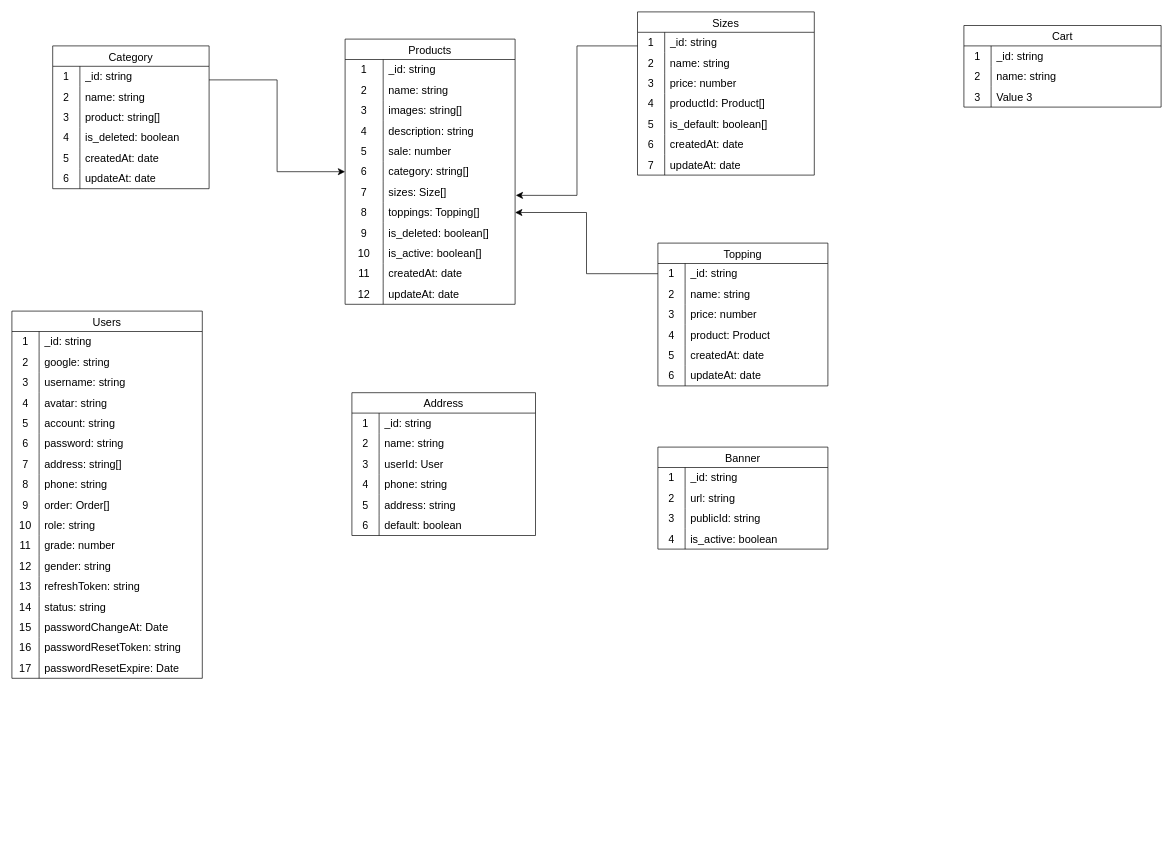
Above: da.drawio in dangtienhung/datn-admin-quan-ly-cua-hang (draw.io), before the change. Source tidied: cells renumbered, new cells numbered last; positions are measured from the earlier drawing's top-left corner, leaving out a move shared by most shapes. Both pictures are drawn from the tidied source at 68%, with x=0, y=0 at pixel (12, 12).
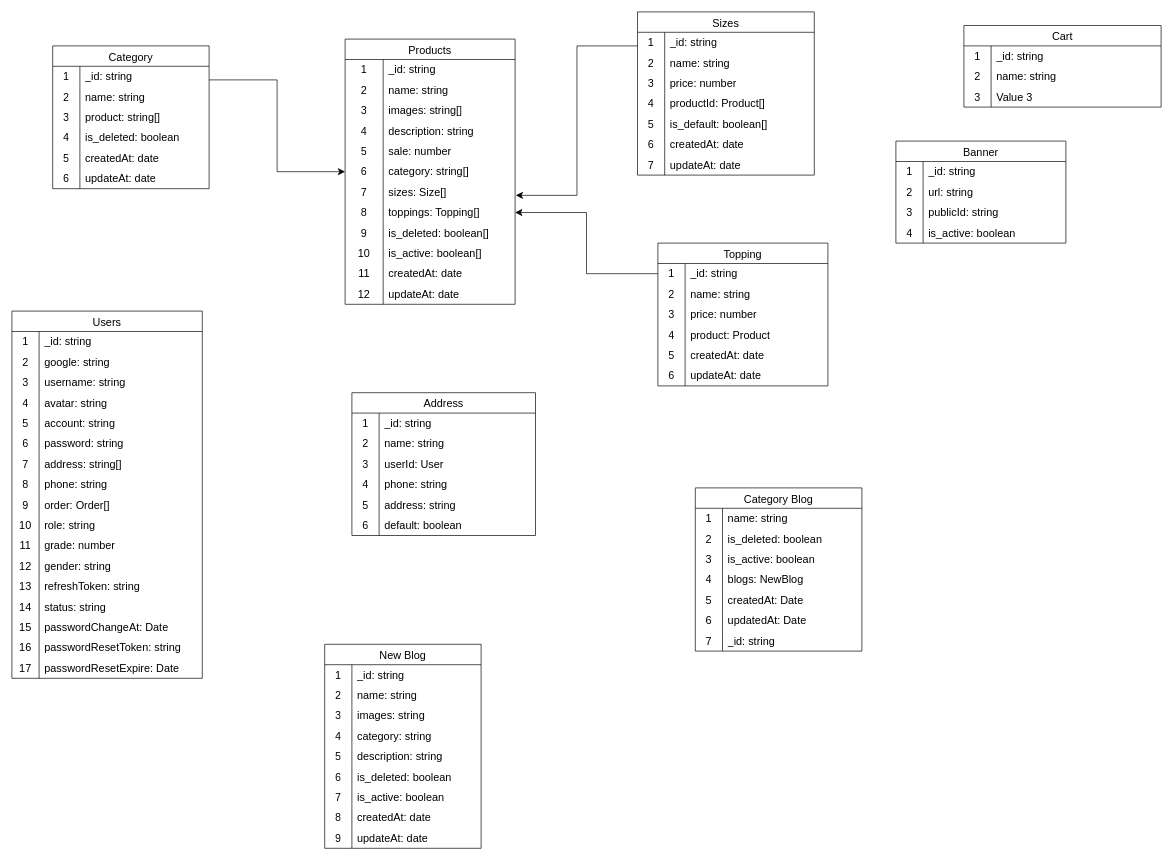
After the change.

Commit message (it also covers changes not shown here):
Cập nhật da.drawio

What changed in the source:
```diff
@@
     <mxCell id="173" value="Banner" style="shape=table;startSize=30;childLayout=tableLayout;rowLines=0;fontStyle=0;strokeColor=default;fontSize=16;" parent="1" vertex="1">
-      <mxGeometry x="950" y="640" width="250" height="150" as="geometry" />
+      <mxGeometry x="1300" y="190" width="250" height="150" as="geometry" />
     </mxCell>
@@
+    <mxCell id="196" value="Category Blog" style="shape=table;startSize=30;childLayout=tableLayout;rowLines=0;fontStyle=0;strokeColor=default;fontSize=16;" parent="1" vertex="1">
+      <mxGeometry x="1005" y="700" width="245" height="240" as="geometry" />
+    </mxCell>
+    <mxCell id="197" style="shape=tableRow;horizontal=0;startSize=0;swimlaneHead=0;swimlaneBody=0;top=0;left=0;bottom=0;right=0;fillColor=none;strokeColor=inherit;fontSize=16;" parent="196" vertex="1">
+      <mxGeometry y="30" width="245" height="30" as="geometry" />
+    </mxCell>
+    <mxCell id="198" value="1" style="shape=partialRectangle;html=1;whiteSpace=wrap;fillColor=none;top=0;left=0;bottom=0;right=0;overflow=hidden;strokeColor=inherit;fontSize=16;" parent="197" vertex="1">
+      <mxGeometry width="40" height="30" as="geometry" />
+    </mxCell>
+    <mxCell id="199" value="name: string" style="shape=partialRectangle;html=1;whiteSpace=wrap;fillColor=none;top=0;left=0;bottom=0;right=0;align=left;spacingLeft=6;overflow=hidden;strokeColor=inherit;fontSize=16;" parent="197" vertex="1">
+      <mxGeometry x="40" width="205" height="30" as="geometry" />
+    </mxCell>
+    <mxCell id="200" style="shape=tableRow;horizontal=0;startSize=0;swimlaneHead=0;swimlaneBody=0;top=0;left=0;bottom=0;right=0;fillColor=none;strokeColor=inherit;fontSize=16;" parent="196" vertex="1">
+      <mxGeometry y="60" width="245" height="30" as="geometry" />
+    </mxCell>
+    <mxCell id="201" value="2" style="shape=partialRectangle;html=1;whiteSpace=wrap;fillColor=none;top=0;left=0;bottom=0;right=0;overflow=hidden;strokeColor=inherit;fontSize=16;" parent="200" vertex="1">
+      <mxGeometry width="40" height="30" as="geometry" />
+    </mxCell>
+    <mxCell id="202" value="is_deleted: boolean" style="shape=partialRectangle;html=1;whiteSpace=wrap;fillColor=none;top=0;left=0;bottom=0;right=0;align=left;spacingLeft=6;overflow=hidden;strokeColor=inherit;fontSize=16;" parent="200" vertex="1">
+      <mxGeometry x="40" width="205" height="30" as="geometry" />
+    </mxCell>
+    <mxCell id="203" style="shape=tableRow;horizontal=0;startSize=0;swimlaneHead=0;swimlaneBody=0;top=0;left=0;bottom=0;right=0;fillColor=none;strokeColor=inherit;fontSize=16;" parent="196" vertex="1">
+      <mxGeometry y="90" width="245" height="30" as="geometry" />
+    </mxCell>
+    <mxCell id="204" value="3" style="shape=partialRectangle;html=1;whiteSpace=wrap;fillColor=none;top=0;left=0;bottom=0;right=0;overflow=hidden;strokeColor=inherit;fontSize=16;" parent="203" vertex="1">
+      <mxGeometry width="40" height="30" as="geometry" />
+    </mxCell>
+    <mxCell id="205" value="is_active: boolean" style="shape=partialRectangle;html=1;whiteSpace=wrap;fillColor=none;top=0;left=0;bottom=0;right=0;align=left;spacingLeft=6;overflow=hidden;strokeColor=inherit;fontSize=16;" parent="203" vertex="1">
+      <mxGeometry x="40" width="205" height="30" as="geometry" />
+    </mxCell>
+    <mxCell id="206" style="shape=tableRow;horizontal=0;startSize=0;swimlaneHead=0;swimlaneBody=0;top=0;left=0;bottom=0;right=0;fillColor=none;strokeColor=inherit;fontSize=16;" parent="196" vertex="1">
+      <mxGeometry y="120" width="245" height="30" as="geometry" />
+    </mxCell>
+    <mxCell id="207" value="4" style="shape=partialRectangle;html=1;whiteSpace=wrap;fillColor=none;top=0;left=0;bottom=0;right=0;overflow=hidden;strokeColor=inherit;fontSize=16;" parent="206" vertex="1">
+      <mxGeometry width="40" height="30" as="geometry" />
+    </mxCell>
+    <mxCell id="208" value="blogs: NewBlog" style="shape=partialRectangle;html=1;whiteSpace=wrap;fillColor=none;top=0;left=0;bottom=0;right=0;align=left;spacingLeft=6;overflow=hidden;strokeColor=inherit;fontSize=16;" parent="206" vertex="1">
+      <mxGeometry x="40" width="205" height="30" as="geometry" />
+    </mxCell>
+    <mxCell id="209" style="shape=tableRow;horizontal=0;startSize=0;swimlaneHead=0;swimlaneBody=0;top=0;left=0;bottom=0;right=0;fillColor=none;strokeColor=inherit;fontSize=16;" parent="196" vertex="1">
+      <mxGeometry y="150" width="245" height="30" as="geometry" />
+    </mxCell>
+    <mxCell id="210" value="5" style="shape=partialRectangle;html=1;whiteSpace=wrap;fillColor=none;top=0;left=0;bottom=0;right=0;overflow=hidden;strokeColor=inherit;fontSize=16;" parent="209" vertex="1">
+      <mxGeometry width="40" height="30" as="geometry" />
+    </mxCell>
+    <mxCell id="211" value="createdAt: Date" style="shape=partialRectangle;html=1;whiteSpace=wrap;fillColor=none;top=0;left=0;bottom=0;right=0;align=left;spacingLeft=6;overflow=hidden;strokeColor=inherit;fontSize=16;" parent="209" vertex="1">
+      <mxGeometry x="40" width="205" height="30" as="geometry" />
+    </mxCell>
+    <mxCell id="212" style="shape=tableRow;horizontal=0;startSize=0;swimlaneHead=0;swimlaneBody=0;top=0;left=0;bottom=0;right=0;fillColor=none;strokeColor=inherit;fontSize=16;" parent="196" vertex="1">
+      <mxGeometry y="180" width="245" height="30" as="geometry" />
+    </mxCell>
+    <mxCell id="213" value="6" style="shape=partialRectangle;html=1;whiteSpace=wrap;fillColor=none;top=0;left=0;bottom=0;right=0;overflow=hidden;strokeColor=inherit;fontSize=16;" parent="212" vertex="1">
+      <mxGeometry width="40" height="30" as="geometry" />
+    </mxCell>
+    <mxCell id="214" value="updatedAt: Date" style="shape=partialRectangle;html=1;whiteSpace=wrap;fillColor=none;top=0;left=0;bottom=0;right=0;align=left;spacingLeft=6;overflow=hidden;strokeColor=inherit;fontSize=16;" parent="212" vertex="1">
+      <mxGeometry x="40" width="205" height="30" as="geometry" />
+    </mxCell>
+    <mxCell id="215" style="shape=tableRow;horizontal=0;startSize=0;swimlaneHead=0;swimlaneBody=0;top=0;left=0;bottom=0;right=0;fillColor=none;strokeColor=inherit;fontSize=16;" parent="196" vertex="1">
+      <mxGeometry y="210" width="245" height="30" as="geometry" />
+    </mxCell>
+    <mxCell id="216" value="7" style="shape=partialRectangle;html=1;whiteSpace=wrap;fillColor=none;top=0;left=0;bottom=0;right=0;overflow=hidden;strokeColor=inherit;fontSize=16;" parent="215" vertex="1">
+      <mxGeometry width="40" height="30" as="geometry" />
+    </mxCell>
+    <mxCell id="217" value="_id: string" style="shape=partialRectangle;html=1;whiteSpace=wrap;fillColor=none;top=0;left=0;bottom=0;right=0;align=left;spacingLeft=6;overflow=hidden;strokeColor=inherit;fontSize=16;" parent="215" vertex="1">
+      <mxGeometry x="40" width="205" height="30" as="geometry" />
+    </mxCell>
+    <mxCell id="218" value="New Blog" style="shape=table;startSize=30;childLayout=tableLayout;rowLines=0;fontStyle=0;strokeColor=default;fontSize=16;" parent="1" vertex="1">
+      <mxGeometry x="460" y="930" width="230" height="300" as="geometry" />
+    </mxCell>
+    <mxCell id="219" style="shape=tableRow;horizontal=0;startSize=0;swimlaneHead=0;swimlaneBody=0;top=0;left=0;bottom=0;right=0;fillColor=none;strokeColor=inherit;fontSize=16;" parent="218" vertex="1">
+      <mxGeometry y="30" width="230" height="30" as="geometry" />
+    </mxCell>
+    <mxCell id="220" value="1" style="shape=partialRectangle;html=1;whiteSpace=wrap;fillColor=none;top=0;left=0;bottom=0;right=0;overflow=hidden;strokeColor=inherit;fontSize=16;" parent="219" vertex="1">
+      <mxGeometry width="40" height="30" as="geometry" />
+    </mxCell>
+    <mxCell id="221" value="_id: string" style="shape=partialRectangle;html=1;whiteSpace=wrap;fillColor=none;top=0;left=0;bottom=0;right=0;align=left;spacingLeft=6;overflow=hidden;strokeColor=inherit;fontSize=16;" parent="219" vertex="1">
+      <mxGeometry x="40" width="190" height="30" as="geometry" />
+    </mxCell>
+    <mxCell id="222" style="shape=tableRow;horizontal=0;startSize=0;swimlaneHead=0;swimlaneBody=0;top=0;left=0;bottom=0;right=0;fillColor=none;strokeColor=inherit;fontSize=16;" parent="218" vertex="1">
+      <mxGeometry y="60" width="230" height="30" as="geometry" />
+    </mxCell>
+    <mxCell id="223" value="2" style="shape=partialRectangle;html=1;whiteSpace=wrap;fillColor=none;top=0;left=0;bottom=0;right=0;overflow=hidden;strokeColor=inherit;fontSize=16;" parent="222" vertex="1">
+      <mxGeometry width="40" height="30" as="geometry" />
+    </mxCell>
+    <mxCell id="224" value="name: string" style="shape=partialRectangle;html=1;whiteSpace=wrap;fillColor=none;top=0;left=0;bottom=0;right=0;align=left;spacingLeft=6;overflow=hidden;strokeColor=inherit;fontSize=16;" parent="222" vertex="1">
+      <mxGeometry x="40" width="190" height="30" as="geometry" />
+    </mxCell>
+    <mxCell id="225" style="shape=tableRow;horizontal=0;startSize=0;swimlaneHead=0;swimlaneBody=0;top=0;left=0;bottom=0;right=0;fillColor=none;strokeColor=inherit;fontSize=16;" parent="218" vertex="1">
+      <mxGeometry y="90" width="230" height="30" as="geometry" />
+    </mxCell>
+    <mxCell id="226" value="3" style="shape=partialRectangle;html=1;whiteSpace=wrap;fillColor=none;top=0;left=0;bottom=0;right=0;overflow=hidden;strokeColor=inherit;fontSize=16;" parent="225" vertex="1">
+      <mxGeometry width="40" height="30" as="geometry" />
+    </mxCell>
+    <mxCell id="227" value="images: string" style="shape=partialRectangle;html=1;whiteSpace=wrap;fillColor=none;top=0;left=0;bottom=0;right=0;align=left;spacingLeft=6;overflow=hidden;strokeColor=inherit;fontSize=16;" parent="225" vertex="1">
+      <mxGeometry x="40" width="190" height="30" as="geometry" />
+    </mxCell>
+    <mxCell id="228" style="shape=tableRow;horizontal=0;startSize=0;swimlaneHead=0;swimlaneBody=0;top=0;left=0;bottom=0;right=0;fillColor=none;strokeColor=inherit;fontSize=16;" parent="218" vertex="1">
+      <mxGeometry y="120" width="230" height="30" as="geometry" />
+    </mxCell>
+    <mxCell id="229" value="4" style="shape=partialRectangle;html=1;whiteSpace=wrap;fillColor=none;top=0;left=0;bottom=0;right=0;overflow=hidden;strokeColor=inherit;fontSize=16;" parent="228" vertex="1">
+      <mxGeometry width="40" height="30" as="geometry" />
+    </mxCell>
+    <mxCell id="230" value="category: string" style="shape=partialRectangle;html=1;whiteSpace=wrap;fillColor=none;top=0;left=0;bottom=0;right=0;align=left;spacingLeft=6;overflow=hidden;strokeColor=inherit;fontSize=16;" parent="228" vertex="1">
+      <mxGeometry x="40" width="190" height="30" as="geometry" />
+    </mxCell>
+    <mxCell id="231" style="shape=tableRow;horizontal=0;startSize=0;swimlaneHead=0;swimlaneBody=0;top=0;left=0;bottom=0;right=0;fillColor=none;strokeColor=inherit;fontSize=16;" parent="218" vertex="1">
+      <mxGeometry y="150" width="230" height="30" as="geometry" />
+    </mxCell>
+    <mxCell id="232" value="5" style="shape=partialRectangle;html=1;whiteSpace=wrap;fillColor=none;top=0;left=0;bottom=0;right=0;overflow=hidden;strokeColor=inherit;fontSize=16;" parent="231" vertex="1">
+      <mxGeometry width="40" height="30" as="geometry" />
+    </mxCell>
+    <mxCell id="233" value="description: string" style="shape=partialRectangle;html=1;whiteSpace=wrap;fillColor=none;top=0;left=0;bottom=0;right=0;align=left;spacingLeft=6;overflow=hidden;strokeColor=inherit;fontSize=16;" parent="231" vertex="1">
+      <mxGeometry x="40" width="190" height="30" as="geometry" />
+    </mxCell>
+    <mxCell id="234" style="shape=tableRow;horizontal=0;startSize=0;swimlaneHead=0;swimlaneBody=0;top=0;left=0;bottom=0;right=0;fillColor=none;strokeColor=inherit;fontSize=16;" parent="218" vertex="1">
+      <mxGeometry y="180" width="230" height="30" as="geometry" />
+    </mxCell>
+    <mxCell id="235" value="6" style="shape=partialRectangle;html=1;whiteSpace=wrap;fillColor=none;top=0;left=0;bottom=0;right=0;overflow=hidden;strokeColor=inherit;fontSize=16;" parent="234" vertex="1">
+      <mxGeometry width="40" height="30" as="geometry" />
+    </mxCell>
+    <mxCell id="236" value="is_deleted: boolean" style="shape=partialRectangle;html=1;whiteSpace=wrap;fillColor=none;top=0;left=0;bottom=0;right=0;align=left;spacingLeft=6;overflow=hidden;strokeColor=inherit;fontSize=16;" parent="234" vertex="1">
+      <mxGeometry x="40" width="190" height="30" as="geometry" />
+    </mxCell>
+    <mxCell id="237" style="shape=tableRow;horizontal=0;startSize=0;swimlaneHead=0;swimlaneBody=0;top=0;left=0;bottom=0;right=0;fillColor=none;strokeColor=inherit;fontSize=16;" parent="218" vertex="1">
+      <mxGeometry y="210" width="230" height="30" as="geometry" />
+    </mxCell>
+    <mxCell id="238" value="7" style="shape=partialRectangle;html=1;whiteSpace=wrap;fillColor=none;top=0;left=0;bottom=0;right=0;overflow=hidden;strokeColor=inherit;fontSize=16;" parent="237" vertex="1">
+      <mxGeometry width="40" height="30" as="geometry" />
+    </mxCell>
+    <mxCell id="239" value="is_active: boolean" style="shape=partialRectangle;html=1;whiteSpace=wrap;fillColor=none;top=0;left=0;bottom=0;right=0;align=left;spacingLeft=6;overflow=hidden;strokeColor=inherit;fontSize=16;" parent="237" vertex="1">
+      <mxGeometry x="40" width="190" height="30" as="geometry" />
+    </mxCell>
+    <mxCell id="240" style="shape=tableRow;horizontal=0;startSize=0;swimlaneHead=0;swimlaneBody=0;top=0;left=0;bottom=0;right=0;fillColor=none;strokeColor=inherit;fontSize=16;" parent="218" vertex="1">
+      <mxGeometry y="240" width="230" height="30" as="geometry" />
+    </mxCell>
+    <mxCell id="241" value="8" style="shape=partialRectangle;html=1;whiteSpace=wrap;fillColor=none;top=0;left=0;bottom=0;right=0;overflow=hidden;strokeColor=inherit;fontSize=16;" parent="240" vertex="1">
+      <mxGeometry width="40" height="30" as="geometry" />
+    </mxCell>
+    <mxCell id="242" value="createdAt: date" style="shape=partialRectangle;html=1;whiteSpace=wrap;fillColor=none;top=0;left=0;bottom=0;right=0;align=left;spacingLeft=6;overflow=hidden;strokeColor=inherit;fontSize=16;" parent="240" vertex="1">
+      <mxGeometry x="40" width="190" height="30" as="geometry" />
+    </mxCell>
+    <mxCell id="243" style="shape=tableRow;horizontal=0;startSize=0;swimlaneHead=0;swimlaneBody=0;top=0;left=0;bottom=0;right=0;fillColor=none;strokeColor=inherit;fontSize=16;" parent="218" vertex="1">
+      <mxGeometry y="270" width="230" height="30" as="geometry" />
+    </mxCell>
+    <mxCell id="244" value="9" style="shape=partialRectangle;html=1;whiteSpace=wrap;fillColor=none;top=0;left=0;bottom=0;right=0;overflow=hidden;strokeColor=inherit;fontSize=16;" parent="243" vertex="1">
+      <mxGeometry width="40" height="30" as="geometry" />
+    </mxCell>
+    <mxCell id="245" value="updateAt: date" style="shape=partialRectangle;html=1;whiteSpace=wrap;fillColor=none;top=0;left=0;bottom=0;right=0;align=left;spacingLeft=6;overflow=hidden;strokeColor=inherit;fontSize=16;" parent="243" vertex="1">
+      <mxGeometry x="40" width="190" height="30" as="geometry" />
+    </mxCell>
```
